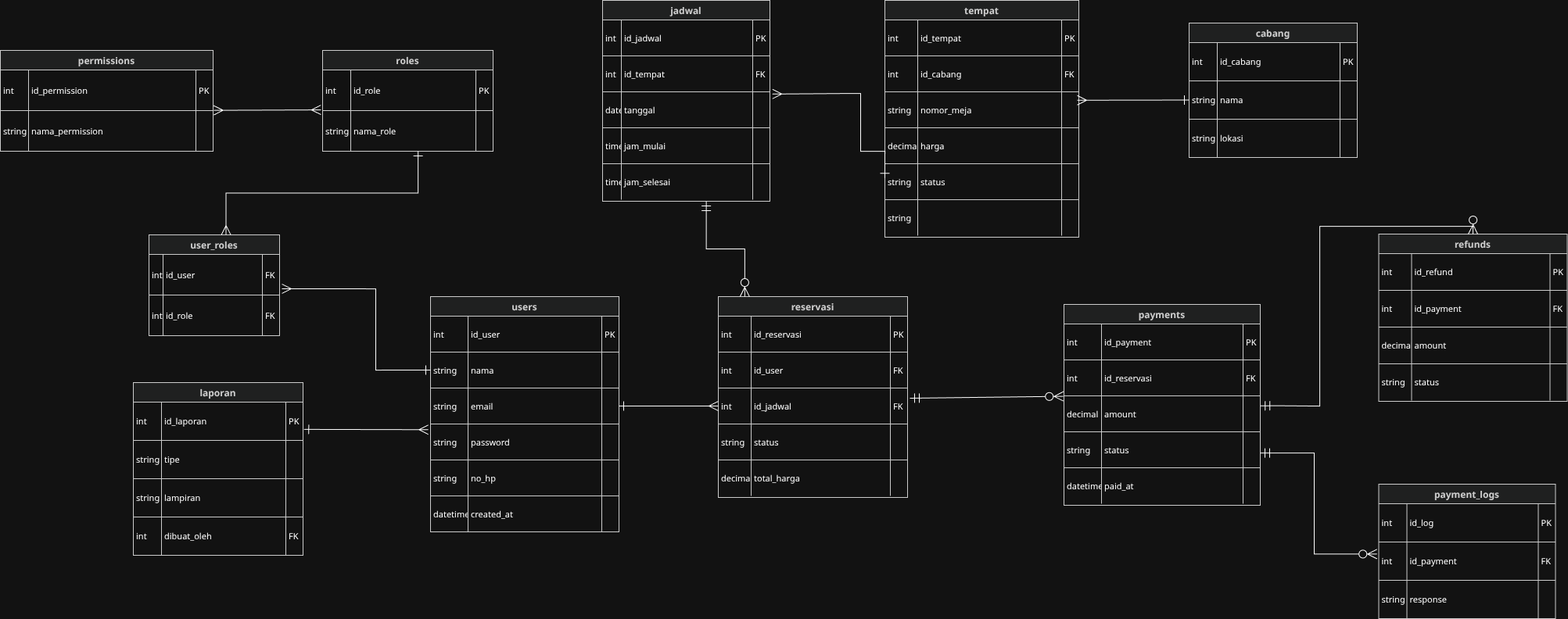
This is assets/ERD.png from amdqeis/IMPAL, a draw.io export, as it was before one commit. Source tidied: cells renumbered, new cells last; positions are measured from the earlier drawing's top-left corner, leaving out a move shared by most shapes.
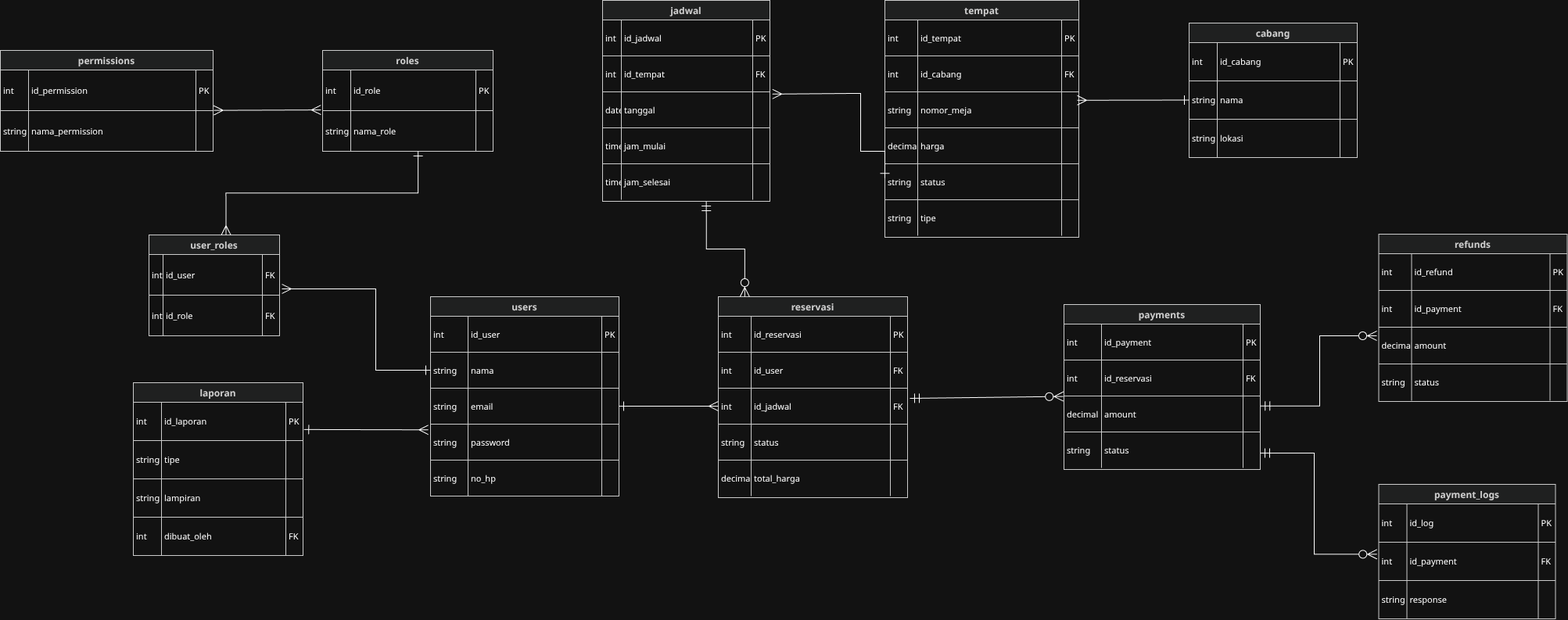
After the commit.

Commit message:
revisi ERD

The edit, as a diff of the source:
```diff
@@ -3,7 +3,7 @@
     <mxCell id="0" />
     <mxCell id="1" parent="0" />
     <mxCell id="2" value="users" style="shape=table;startSize=25;rowLines=1;fontStyle=1;align=center;fillColor=light-dark(#eeeeee,#1f2020);strokeColor=light-dark(#999999,#cccccc);fontColor=light-dark(#333333,#cccccc);" parent="1" vertex="1">
-      <mxGeometry x="550" y="379" width="241" height="301" as="geometry" />
+      <mxGeometry x="550" y="379" width="241" height="255" as="geometry" />
     </mxCell>
     <mxCell id="3" style="shape=tableRow;horizontal=0;startSize=0;swimlaneHead=0;swimlaneBody=0;fillColor=none;top=0;left=0;right=0;bottom=0;" parent="2" vertex="1">
       <mxGeometry y="25" width="241" height="46" as="geometry" />
@@ -65,18 +65,6 @@
     <mxCell id="22" style="shape=partialRectangle;fillColor=none;top=0;left=0;bottom=0;right=0;align=left;spacingLeft=2;overflow=hidden;fontSize=11;" parent="19" vertex="1">
       <mxGeometry x="219" width="22" height="46" as="geometry" />
     </mxCell>
-    <mxCell id="23" style="shape=tableRow;horizontal=0;startSize=0;swimlaneHead=0;swimlaneBody=0;fillColor=none;top=0;left=0;right=0;bottom=0;" parent="2" vertex="1">
-      <mxGeometry y="255" width="241" height="46" as="geometry" />
-    </mxCell>
-    <mxCell id="24" value="datetime" style="shape=partialRectangle;fillColor=none;top=0;left=0;bottom=0;right=0;align=left;spacingLeft=2;overflow=hidden;fontSize=11;" parent="23" vertex="1">
-      <mxGeometry width="48" height="46" as="geometry" />
-    </mxCell>
-    <mxCell id="25" value="created_at" style="shape=partialRectangle;fillColor=none;top=0;left=0;bottom=0;right=0;align=left;spacingLeft=2;overflow=hidden;fontSize=11;" parent="23" vertex="1">
-      <mxGeometry x="48" width="171" height="46" as="geometry" />
-    </mxCell>
-    <mxCell id="26" style="shape=partialRectangle;fillColor=none;top=0;left=0;bottom=0;right=0;align=left;spacingLeft=2;overflow=hidden;fontSize=11;" parent="23" vertex="1">
-      <mxGeometry x="219" width="22" height="46" as="geometry" />
-    </mxCell>
     <mxCell id="27" value="roles" style="shape=table;startSize=25;rowLines=1;fontStyle=1;align=center;fillColor=light-dark(#eeeeee,#1f2020);strokeColor=light-dark(#999999,#cccccc);fontColor=light-dark(#333333,#cccccc);" parent="1" vertex="1">
       <mxGeometry x="412" y="64" width="218" height="129" as="geometry" />
     </mxCell>
@@ -266,7 +254,7 @@
     <mxCell id="89" value="string    tipe" style="shape=partialRectangle;fillColor=none;top=0;left=0;bottom=0;right=0;align=left;spacingLeft=2;overflow=hidden;fontSize=11;" parent="88" vertex="1">
       <mxGeometry width="42" height="46" as="geometry" />
     </mxCell>
-    <mxCell id="90" style="shape=partialRectangle;fillColor=none;top=0;left=0;bottom=0;right=0;align=left;spacingLeft=2;overflow=hidden;fontSize=11;" parent="88" vertex="1">
+    <mxCell id="90" value="tipe" style="shape=partialRectangle;fillColor=none;top=0;left=0;bottom=0;right=0;align=left;spacingLeft=2;overflow=hidden;fontSize=11;" parent="88" vertex="1">
       <mxGeometry x="42" width="184" height="46" as="geometry" />
     </mxCell>
     <mxCell id="91" style="shape=partialRectangle;fillColor=none;top=0;left=0;bottom=0;right=0;align=left;spacingLeft=2;overflow=hidden;fontSize=11;" parent="88" vertex="1">
@@ -399,7 +387,7 @@
       <mxGeometry x="220" width="22" height="46" as="geometry" />
     </mxCell>
     <mxCell id="134" value="payments" style="shape=table;startSize=25;rowLines=1;fontStyle=1;align=center;fillColor=light-dark(#eeeeee,#1f2020);strokeColor=light-dark(#999999,#cccccc);fontColor=light-dark(#333333,#cccccc);" parent="1" vertex="1">
-      <mxGeometry x="1360" y="389" width="251" height="257" as="geometry" />
+      <mxGeometry x="1360" y="389" width="251" height="211" as="geometry" />
     </mxCell>
     <mxCell id="135" style="shape=tableRow;horizontal=0;startSize=0;swimlaneHead=0;swimlaneBody=0;fillColor=none;top=0;left=0;right=0;bottom=0;" parent="134" vertex="1">
       <mxGeometry y="25" width="251" height="46" as="geometry" />
@@ -449,18 +437,6 @@
     <mxCell id="150" style="shape=partialRectangle;fillColor=none;top=0;left=0;bottom=0;right=0;align=left;spacingLeft=2;overflow=hidden;fontSize=11;" parent="147" vertex="1">
       <mxGeometry x="229" width="22" height="46" as="geometry" />
     </mxCell>
-    <mxCell id="151" style="shape=tableRow;horizontal=0;startSize=0;swimlaneHead=0;swimlaneBody=0;fillColor=none;top=0;left=0;right=0;bottom=0;" parent="134" vertex="1">
-      <mxGeometry y="209" width="251" height="46" as="geometry" />
-    </mxCell>
-    <mxCell id="152" value="datetime" style="shape=partialRectangle;fillColor=none;top=0;left=0;bottom=0;right=0;align=left;spacingLeft=2;overflow=hidden;fontSize=11;" parent="151" vertex="1">
-      <mxGeometry width="48" height="46" as="geometry" />
-    </mxCell>
-    <mxCell id="153" value="paid_at" style="shape=partialRectangle;fillColor=none;top=0;left=0;bottom=0;right=0;align=left;spacingLeft=2;overflow=hidden;fontSize=11;" parent="151" vertex="1">
-      <mxGeometry x="48" width="181" height="46" as="geometry" />
-    </mxCell>
-    <mxCell id="154" style="shape=partialRectangle;fillColor=none;top=0;left=0;bottom=0;right=0;align=left;spacingLeft=2;overflow=hidden;fontSize=11;" parent="151" vertex="1">
-      <mxGeometry x="229" width="22" height="46" as="geometry" />
-    </mxCell>
     <mxCell id="155" value="payment_logs" style="shape=table;startSize=25;rowLines=1;fontStyle=1;align=center;fillColor=light-dark(#eeeeee,#1f2020);strokeColor=light-dark(#999999,#cccccc);fontColor=light-dark(#333333,#cccccc);" parent="1" vertex="1">
       <mxGeometry x="1762.5" y="619" width="226" height="172" as="geometry" />
     </mxCell>
@@ -645,13 +621,12 @@
         </Array>
       </mxGeometry>
     </mxCell>
-    <mxCell id="210" style="startArrow=ERmandOne;startSize=10;endArrow=ERzeroToMany;endSize=10;entryX=0.5;entryY=0;rounded=0;edgeStyle=orthogonalEdgeStyle;exitX=1.001;exitY=0.276;exitDx=0;exitDy=0;exitPerimeter=0;" parent="1" edge="1" source="143" target="168">
+    <mxCell id="210" style="startArrow=ERmandOne;startSize=10;endArrow=ERzeroToMany;endSize=10;rounded=0;edgeStyle=orthogonalEdgeStyle;exitX=1.001;exitY=0.276;exitDx=0;exitDy=0;exitPerimeter=0;" parent="1" edge="1" source="143">
       <mxGeometry relative="1" as="geometry">
+        <mxPoint x="1760" y="429" as="targetPoint" />
         <Array as="points">
-          <mxPoint x="1640" y="519" />
           <mxPoint x="1687" y="519" />
-          <mxPoint x="1687" y="289" />
-          <mxPoint x="1883" y="289" />
+          <mxPoint x="1687" y="429" />
         </Array>
       </mxGeometry>
     </mxCell>
```
